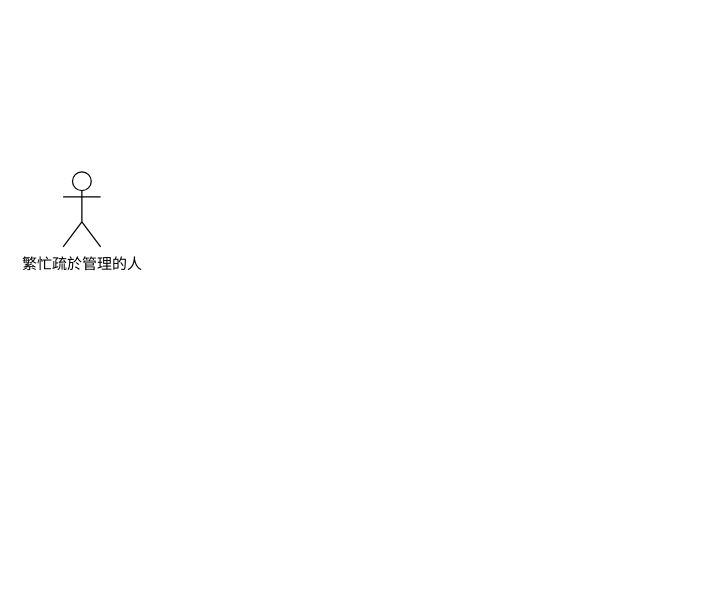
Earlier version of the draw.io diagram 使用個案圖.drawio (Kevincheng0804/Graduation-Topic). Source tidied: cells renumbered, new cells numbered last; positions are measured from the earlier drawing's top-left corner, leaving out a move shared by most shapes. Both pictures are drawn from the tidied source at 125%, with x=0, y=0 at pixel (62, 171).
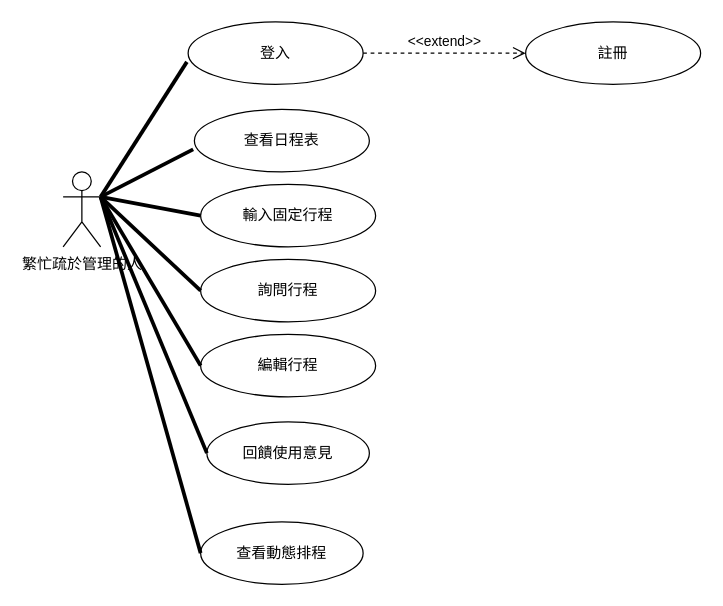
The same page after the edit.

Commit message (it also covers changes not shown here):
更新使用個案圖.drawio

Diff of the diagram source:
```diff
@@
 <mxGraphModel>
   <root>
     <mxCell id="0" />
     <mxCell id="1" parent="0" />
     <mxCell id="2" value="繁忙疏於管理的人" style="shape=umlActor;verticalLabelPosition=bottom;verticalAlign=top;html=1;" parent="1" vertex="1">
       <mxGeometry width="30" height="60" as="geometry" />
     </mxCell>
+    <mxCell id="3" value="登入" style="ellipse;html=1;whiteSpace=wrap;" parent="1" vertex="1">
+      <mxGeometry x="100" y="-120" width="140" height="50" as="geometry" />
+    </mxCell>
+    <mxCell id="4" style="endArrow=none;startArrow=none;endFill=0;startFill=0;endSize=8;html=1;verticalAlign=bottom;labelBackgroundColor=none;strokeWidth=3;rounded=0;entryX=-0.007;entryY=0.64;entryDx=0;entryDy=0;entryPerimeter=0;exitX=1;exitY=0.3333333333333333;exitDx=0;exitDy=0;exitPerimeter=0;" parent="1" edge="1" source="2" target="3">
+      <mxGeometry relative="1" as="geometry" />
+    </mxCell>
+    <mxCell id="5" value="註冊" style="ellipse;html=1;whiteSpace=wrap;" parent="1" vertex="1">
+      <mxGeometry x="370" y="-120" width="140" height="50" as="geometry" />
+    </mxCell>
+    <mxCell id="6" value="&amp;lt;&amp;lt;extend&amp;gt;&amp;gt;" style="endArrow=open;startArrow=none;endFill=0;startFill=0;endSize=8;html=1;verticalAlign=bottom;dashed=1;labelBackgroundColor=none;rounded=0;exitX=1;exitY=0.5;exitDx=0;exitDy=0;entryX=0;entryY=0.5;entryDx=0;entryDy=0;" parent="1" edge="1" source="3" target="5">
+      <mxGeometry relative="1" as="geometry" />
+    </mxCell>
+    <mxCell id="7" value="查看日程表" style="ellipse;html=1;whiteSpace=wrap;" parent="1" vertex="1">
+      <mxGeometry x="105" y="-50" width="140" height="50" as="geometry" />
+    </mxCell>
+    <mxCell id="8" style="endArrow=none;startArrow=none;endFill=0;startFill=0;endSize=8;html=1;verticalAlign=bottom;labelBackgroundColor=none;strokeWidth=3;rounded=0;entryX=-0.007;entryY=0.64;entryDx=0;entryDy=0;entryPerimeter=0;exitX=1;exitY=0.3333333333333333;exitDx=0;exitDy=0;exitPerimeter=0;" parent="1" edge="1" source="2" target="7">
+      <mxGeometry relative="1" as="geometry" />
+    </mxCell>
+    <mxCell id="9" value="詢問行程" style="ellipse;html=1;whiteSpace=wrap;" parent="1" vertex="1">
+      <mxGeometry x="110" y="70" width="140" height="50" as="geometry" />
+    </mxCell>
+    <mxCell id="10" style="endArrow=none;startArrow=none;endFill=0;startFill=0;endSize=8;html=1;verticalAlign=bottom;labelBackgroundColor=none;strokeWidth=3;rounded=0;entryX=0;entryY=0.5;entryDx=0;entryDy=0;exitX=1;exitY=0.3333333333333333;exitDx=0;exitDy=0;exitPerimeter=0;" parent="1" edge="1" source="2" target="9">
+      <mxGeometry relative="1" as="geometry" />
+    </mxCell>
+    <mxCell id="11" value="輸入固定行程" style="ellipse;html=1;whiteSpace=wrap;" parent="1" vertex="1">
+      <mxGeometry x="110" y="10" width="140" height="50" as="geometry" />
+    </mxCell>
+    <mxCell id="12" style="endArrow=none;startArrow=none;endFill=0;startFill=0;endSize=8;html=1;verticalAlign=bottom;labelBackgroundColor=none;strokeWidth=3;rounded=0;entryX=0;entryY=0.5;entryDx=0;entryDy=0;exitX=1;exitY=0.3333333333333333;exitDx=0;exitDy=0;exitPerimeter=0;" parent="1" edge="1" source="2" target="11">
+      <mxGeometry relative="1" as="geometry" />
+    </mxCell>
+    <mxCell id="13" value="編輯行程" style="ellipse;html=1;whiteSpace=wrap;" parent="1" vertex="1">
+      <mxGeometry x="110" y="130" width="140" height="50" as="geometry" />
+    </mxCell>
+    <mxCell id="14" style="endArrow=none;startArrow=none;endFill=0;startFill=0;endSize=8;html=1;verticalAlign=bottom;labelBackgroundColor=none;strokeWidth=3;rounded=0;entryX=0;entryY=0.5;entryDx=0;entryDy=0;exitX=1;exitY=0.3333333333333333;exitDx=0;exitDy=0;exitPerimeter=0;" parent="1" edge="1" source="2" target="13">
+      <mxGeometry relative="1" as="geometry" />
+    </mxCell>
+    <mxCell id="15" value="查看動態排程" style="ellipse;html=1;whiteSpace=wrap;" parent="1" vertex="1">
+      <mxGeometry x="110" y="280" width="130" height="50" as="geometry" />
+    </mxCell>
+    <mxCell id="16" value="回饋使用意見" style="ellipse;html=1;whiteSpace=wrap;" parent="1" vertex="1">
+      <mxGeometry x="115" y="200" width="130" height="50" as="geometry" />
+    </mxCell>
+    <mxCell id="17" style="endArrow=none;startArrow=none;endFill=0;startFill=0;endSize=8;html=1;verticalAlign=bottom;labelBackgroundColor=none;strokeWidth=3;rounded=0;entryX=0;entryY=0.5;entryDx=0;entryDy=0;exitX=1;exitY=0.3333333333333333;exitDx=0;exitDy=0;exitPerimeter=0;" parent="1" edge="1" source="2" target="16">
+      <mxGeometry relative="1" as="geometry" />
+    </mxCell>
+    <mxCell id="18" style="endArrow=none;startArrow=none;endFill=0;startFill=0;endSize=8;html=1;verticalAlign=bottom;labelBackgroundColor=none;strokeWidth=3;rounded=0;entryX=0;entryY=0.5;entryDx=0;entryDy=0;exitX=1;exitY=0.3333333333333333;exitDx=0;exitDy=0;exitPerimeter=0;" parent="1" edge="1" source="2" target="15">
+      <mxGeometry relative="1" as="geometry" />
+    </mxCell>
   </root>
 </mxGraphModel>
```
